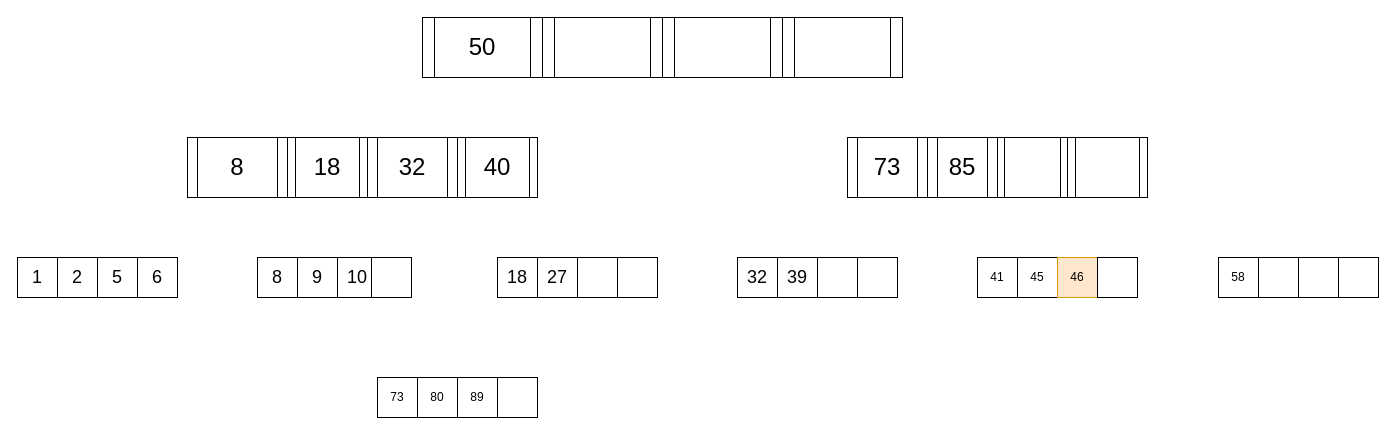
The draw.io diagram page "Page-6" (6 of 8) of Untitled Diagram.drawio in Bibi2002/Proekt, before the edit. Source tidied: cells renumbered, new cells numbered last; positions are measured from the earlier drawing's top-left corner, leaving out a move shared by most shapes. Both pictures are drawn from the tidied source at 100%, with x=0, y=0 at pixel (17, 17).
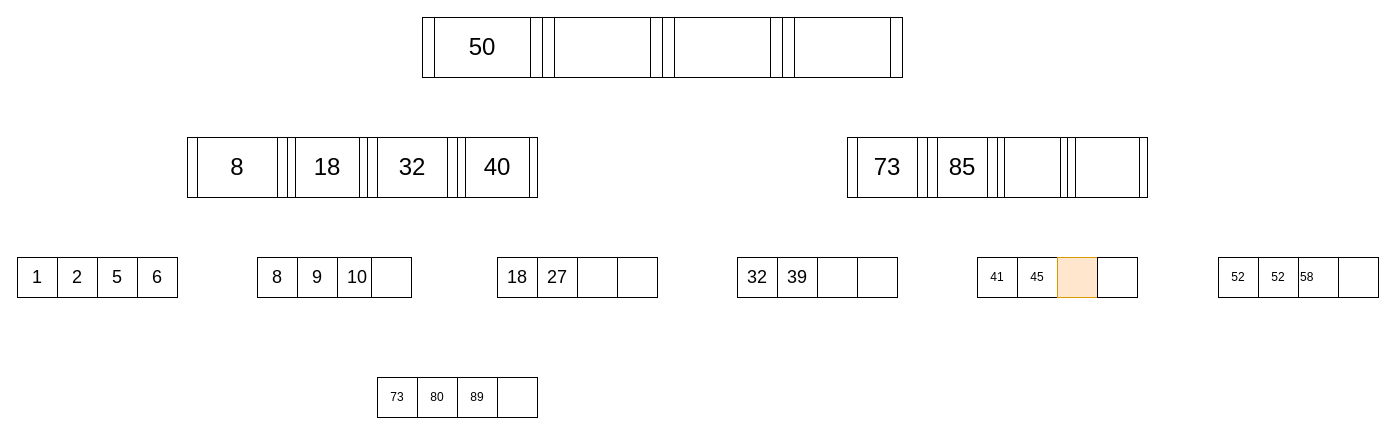
After the change.

The edit, as a diff of the source:
```diff
@@
-    <mxCell id="32" value="46" style="rounded=0;whiteSpace=wrap;html=1;hachureGap=4;align=center;fillColor=#ffe6cc;strokeColor=#d79b00;" parent="1" vertex="1">
+    <mxCell id="32" style="rounded=0;whiteSpace=wrap;html=1;hachureGap=4;align=center;fillColor=#ffe6cc;strokeColor=#d79b00;" parent="1" vertex="1">
       <mxGeometry x="1040" y="240" width="40" height="40" as="geometry" />
     </mxCell>
@@
-    <mxCell id="34" value="58" style="rounded=0;whiteSpace=wrap;html=1;hachureGap=4;align=center;" parent="1" vertex="1">
+    <mxCell id="34" value="52" style="rounded=0;whiteSpace=wrap;html=1;hachureGap=4;align=center;" parent="1" vertex="1">
       <mxGeometry x="1201" y="240" width="40" height="40" as="geometry" />
     </mxCell>
-    <mxCell id="35" style="rounded=0;whiteSpace=wrap;html=1;hachureGap=4;align=center;" parent="1" vertex="1">
+    <mxCell id="35" value="52" style="rounded=0;whiteSpace=wrap;html=1;hachureGap=4;align=center;" parent="1" vertex="1">
       <mxGeometry x="1241" y="240" width="40" height="40" as="geometry" />
     </mxCell>
-    <mxCell id="36" style="rounded=0;whiteSpace=wrap;html=1;hachureGap=4;align=left;" parent="1" vertex="1">
+    <mxCell id="36" value="58" style="rounded=0;whiteSpace=wrap;html=1;hachureGap=4;align=left;" parent="1" vertex="1">
       <mxGeometry x="1281" y="240" width="40" height="40" as="geometry" />
     </mxCell>
```
